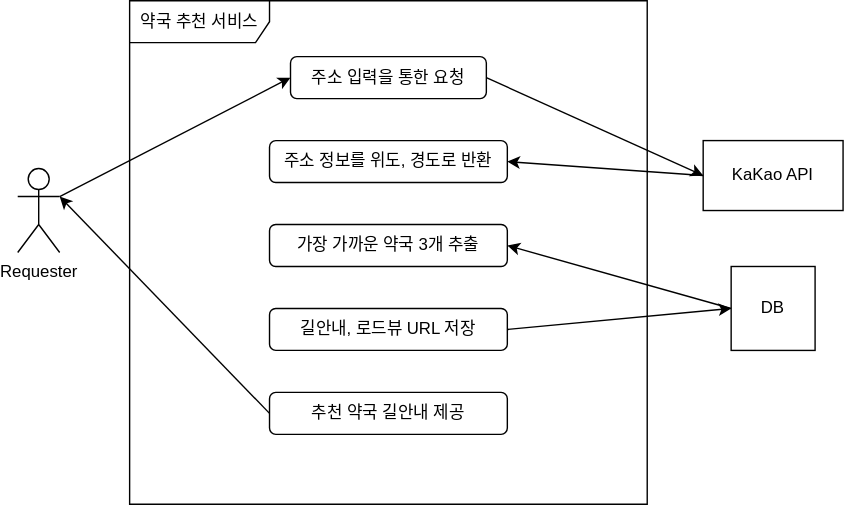
taewon0/pharmacy-recommendation keeps this draw.io diagram as document/use-case.svg. Above is the earlier version. Source tidied: cells renumbered, new cells last; positions are measured from the earlier drawing's top-left corner, leaving out a move shared by most shapes. Source of this version:
```xml
<mxGraphModel background="#ffffff">
  <root>
    <mxCell id="0" />
    <mxCell id="1" parent="0" />
    <mxCell id="2" value="Requester" style="shape=umlActor;verticalLabelPosition=bottom;verticalAlign=top;html=1;outlineConnect=0;" parent="1" vertex="1">
      <mxGeometry y="120" width="30" height="60" as="geometry" />
    </mxCell>
    <mxCell id="3" value="약국 추천 서비스" style="shape=umlFrame;whiteSpace=wrap;html=1;width=100;height=30;" parent="1" vertex="1">
      <mxGeometry x="80" width="370" height="360" as="geometry" />
    </mxCell>
    <mxCell id="4" value="주소 입력을 통한 요청" style="rounded=1;whiteSpace=wrap;html=1;" parent="1" vertex="1">
      <mxGeometry x="195" y="40" width="140" height="30" as="geometry" />
    </mxCell>
    <mxCell id="5" value="KaKao API" style="rounded=0;whiteSpace=wrap;html=1;" parent="1" vertex="1">
      <mxGeometry x="490" y="100" width="100" height="50" as="geometry" />
    </mxCell>
    <mxCell id="6" value="주소 정보를 위도, 경도로 반환" style="rounded=1;whiteSpace=wrap;html=1;" parent="1" vertex="1">
      <mxGeometry x="180" y="100" width="170" height="30" as="geometry" />
    </mxCell>
    <mxCell id="7" value="DB" style="whiteSpace=wrap;html=1;" parent="1" vertex="1">
      <mxGeometry x="510" y="190" width="60" height="60" as="geometry" />
    </mxCell>
    <mxCell id="8" style="endArrow=classic;html=1;rounded=0;exitX=1;exitY=0.3333333333333333;exitDx=0;exitDy=0;exitPerimeter=0;entryX=0;entryY=0.5;entryDx=0;entryDy=0;" parent="1" edge="1" source="2" target="4">
      <mxGeometry relative="1" as="geometry" />
    </mxCell>
    <mxCell id="9" style="endArrow=classic;html=1;rounded=0;exitX=1;exitY=0.5;exitDx=0;exitDy=0;entryX=0;entryY=0.5;entryDx=0;entryDy=0;" parent="1" edge="1" source="4" target="5">
      <mxGeometry relative="1" as="geometry" />
    </mxCell>
    <mxCell id="10" style="endArrow=classic;html=1;rounded=0;entryX=1;entryY=0.5;entryDx=0;entryDy=0;exitX=0;exitY=0.5;exitDx=0;exitDy=0;" parent="1" edge="1" source="5" target="6">
      <mxGeometry relative="1" as="geometry" />
    </mxCell>
    <mxCell id="11" value="가장 가까운 약국 3개 추출" style="rounded=1;whiteSpace=wrap;html=1;" parent="1" vertex="1">
      <mxGeometry x="180" y="160" width="170" height="30" as="geometry" />
    </mxCell>
    <mxCell id="12" value="길안내, 로드뷰 URL 저장" style="rounded=1;whiteSpace=wrap;html=1;" parent="1" vertex="1">
      <mxGeometry x="180" y="220" width="170" height="30" as="geometry" />
    </mxCell>
    <mxCell id="13" style="endArrow=classic;html=1;rounded=0;exitX=0;exitY=0.5;exitDx=0;exitDy=0;entryX=1;entryY=0.5;entryDx=0;entryDy=0;" parent="1" edge="1" source="7" target="11">
      <mxGeometry relative="1" as="geometry" />
    </mxCell>
    <mxCell id="14" style="endArrow=classic;html=1;rounded=0;exitX=1;exitY=0.5;exitDx=0;exitDy=0;" parent="1" edge="1" source="12">
      <mxGeometry relative="1" as="geometry">
        <mxPoint x="510" y="220" as="targetPoint" />
      </mxGeometry>
    </mxCell>
    <mxCell id="15" value="추천 약국 길안내 제공" style="rounded=1;whiteSpace=wrap;html=1;" parent="1" vertex="1">
      <mxGeometry x="180" y="280" width="170" height="30" as="geometry" />
    </mxCell>
    <mxCell id="16" style="endArrow=classic;html=1;rounded=0;exitX=0;exitY=0.5;exitDx=0;exitDy=0;entryX=1;entryY=0.3333333333333333;entryDx=0;entryDy=0;entryPerimeter=0;" parent="1" edge="1" source="15" target="2">
      <mxGeometry relative="1" as="geometry" />
    </mxCell>
  </root>
</mxGraphModel>
```
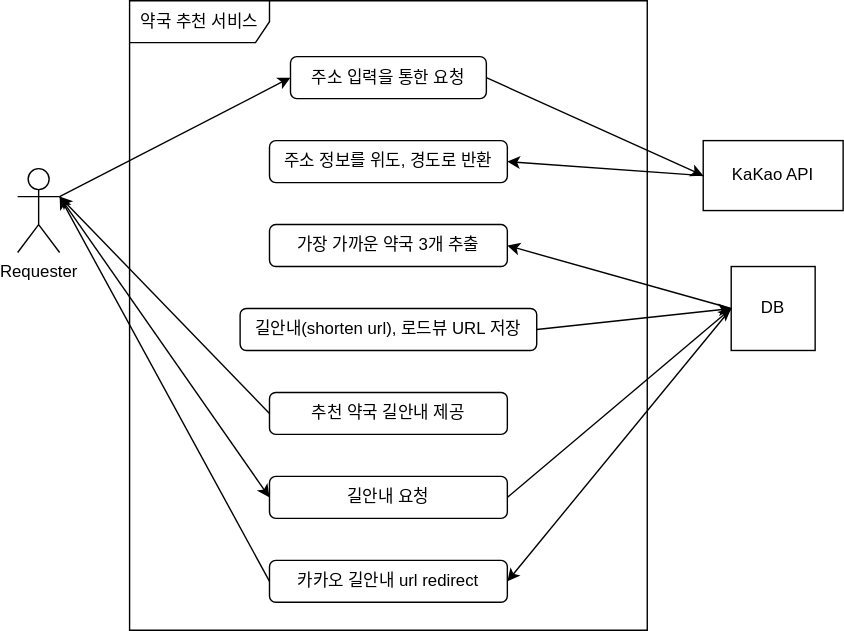
The same file after the commit.

Commit message:
docs: 유즈케이스 업데이트 - shorten url redirect

Diff of the diagram source:
```diff
@@ -6,7 +6,7 @@
       <mxGeometry y="120" width="30" height="60" as="geometry" />
     </mxCell>
     <mxCell id="3" value="약국 추천 서비스" style="shape=umlFrame;whiteSpace=wrap;html=1;width=100;height=30;" parent="1" vertex="1">
-      <mxGeometry x="80" width="370" height="360" as="geometry" />
+      <mxGeometry x="80" width="370" height="450" as="geometry" />
     </mxCell>
     <mxCell id="4" value="주소 입력을 통한 요청" style="rounded=1;whiteSpace=wrap;html=1;" parent="1" vertex="1">
       <mxGeometry x="195" y="40" width="140" height="30" as="geometry" />
@@ -32,8 +32,8 @@
     <mxCell id="11" value="가장 가까운 약국 3개 추출" style="rounded=1;whiteSpace=wrap;html=1;" parent="1" vertex="1">
       <mxGeometry x="180" y="160" width="170" height="30" as="geometry" />
     </mxCell>
-    <mxCell id="12" value="길안내, 로드뷰 URL 저장" style="rounded=1;whiteSpace=wrap;html=1;" parent="1" vertex="1">
-      <mxGeometry x="180" y="220" width="170" height="30" as="geometry" />
+    <mxCell id="12" value="길안내(shorten url), 로드뷰 URL 저장" style="rounded=1;whiteSpace=wrap;html=1;" parent="1" vertex="1">
+      <mxGeometry x="159" y="220" width="212" height="30" as="geometry" />
     </mxCell>
     <mxCell id="13" style="endArrow=classic;html=1;rounded=0;exitX=0;exitY=0.5;exitDx=0;exitDy=0;entryX=1;entryY=0.5;entryDx=0;entryDy=0;" parent="1" edge="1" source="7" target="11">
       <mxGeometry relative="1" as="geometry" />
@@ -49,5 +49,23 @@
     <mxCell id="16" style="endArrow=classic;html=1;rounded=0;exitX=0;exitY=0.5;exitDx=0;exitDy=0;entryX=1;entryY=0.3333333333333333;entryDx=0;entryDy=0;entryPerimeter=0;" parent="1" edge="1" source="15" target="2">
       <mxGeometry relative="1" as="geometry" />
     </mxCell>
+    <mxCell id="17" value="길안내 요청" style="rounded=1;whiteSpace=wrap;html=1;" parent="1" vertex="1">
+      <mxGeometry x="180" y="340" width="170" height="30" as="geometry" />
+    </mxCell>
+    <mxCell id="18" style="endArrow=classic;html=1;rounded=0;exitX=1;exitY=0.3333333333333333;exitDx=0;exitDy=0;exitPerimeter=0;entryX=0;entryY=0.5;entryDx=0;entryDy=0;" parent="1" edge="1" source="2" target="17">
+      <mxGeometry relative="1" as="geometry" />
+    </mxCell>
+    <mxCell id="19" style="endArrow=classic;html=1;rounded=0;exitX=1;exitY=0.5;exitDx=0;exitDy=0;entryX=0;entryY=0.5;entryDx=0;entryDy=0;" parent="1" edge="1" source="17" target="7">
+      <mxGeometry relative="1" as="geometry" />
+    </mxCell>
+    <mxCell id="20" value="카카오 길안내 url redirect" style="rounded=1;whiteSpace=wrap;html=1;" parent="1" vertex="1">
+      <mxGeometry x="180" y="400" width="170" height="30" as="geometry" />
+    </mxCell>
+    <mxCell id="21" style="endArrow=classic;html=1;rounded=0;exitX=0;exitY=0.5;exitDx=0;exitDy=0;entryX=1;entryY=0.3333333333333333;entryDx=0;entryDy=0;entryPerimeter=0;" parent="1" edge="1" source="20" target="2">
+      <mxGeometry relative="1" as="geometry" />
+    </mxCell>
+    <mxCell id="22" style="endArrow=classic;html=1;rounded=0;exitX=0;exitY=0.5;exitDx=0;exitDy=0;entryX=1;entryY=0.5;entryDx=0;entryDy=0;" parent="1" edge="1" source="7" target="20">
+      <mxGeometry relative="1" as="geometry" />
+    </mxCell>
   </root>
 </mxGraphModel>
```
